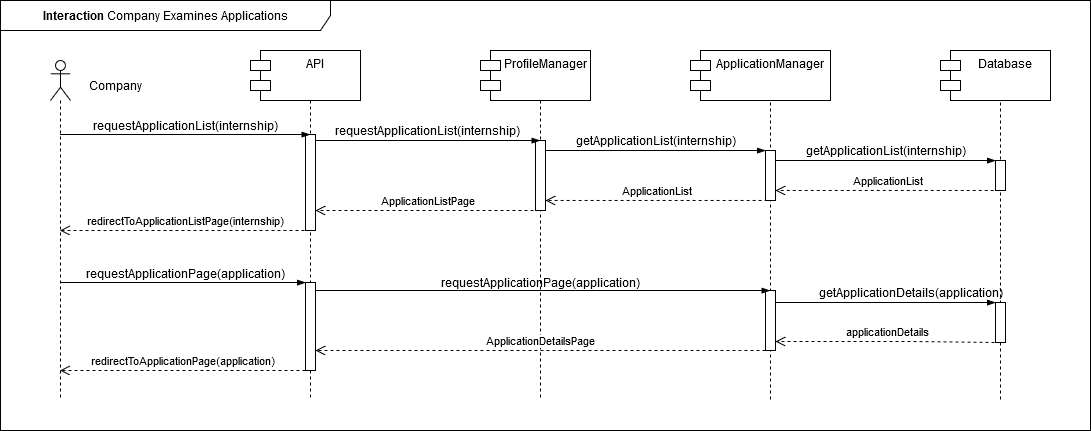
Earlier version of the draw.io export DD/Images/Interactions/INT13_CompanyExaminesApplications.drawio.png (edogriba/GribaldoRosa). Source tidied: cells renumbered, new cells last; positions are measured from the earlier drawing's top-left corner, leaving out a move shared by most shapes.
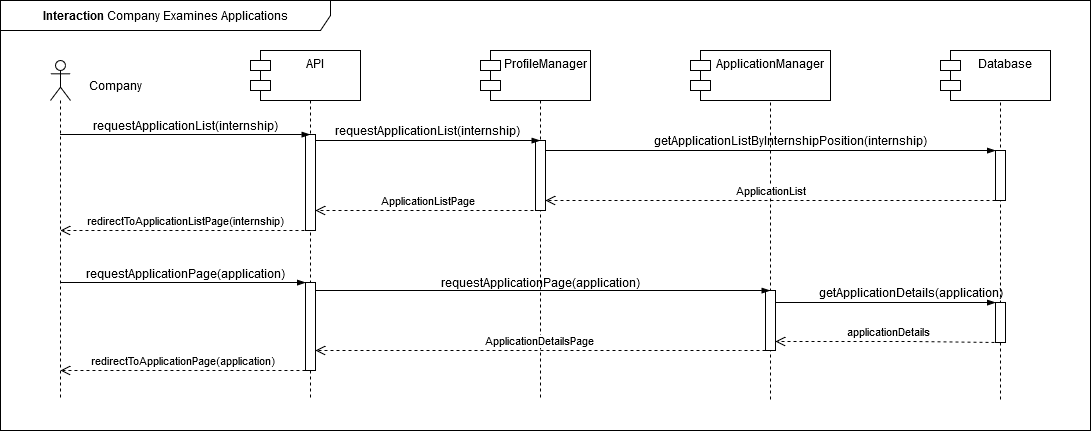
After the change.

The edit, as a diff of the source:
```diff
@@ -51,7 +51,7 @@
       <mxGeometry x="950" y="50" width="100" height="350" as="geometry" />
     </mxCell>
     <mxCell id="16" style="html=1;points=[[0,0,0,0,5],[0,1,0,0,-5],[1,0,0,0,5],[1,1,0,0,-5]];perimeter=orthogonalPerimeter;outlineConnect=0;targetShapes=umlLifeline;portConstraint=eastwest;newEdgeStyle={&quot;curved&quot;:0,&quot;rounded&quot;:0};" parent="15" vertex="1">
-      <mxGeometry x="45" y="110" width="10" height="30" as="geometry" />
+      <mxGeometry x="45" y="100" width="10" height="50" as="geometry" />
     </mxCell>
     <mxCell id="17" style="html=1;points=[[0,0,0,0,5],[0,1,0,0,-5],[1,0,0,0,5],[1,1,0,0,-5]];perimeter=orthogonalPerimeter;outlineConnect=0;targetShapes=umlLifeline;portConstraint=eastwest;newEdgeStyle={&quot;curved&quot;:0,&quot;rounded&quot;:0};" parent="15" vertex="1">
       <mxGeometry x="45" y="252" width="10" height="40" as="geometry" />
@@ -70,8 +70,8 @@
         </Array>
       </mxGeometry>
     </mxCell>
-    <mxCell id="21" value="getApplicationList(internship)" style="text;html=1;align=center;verticalAlign=middle;strokeColor=none;fillColor=none;" parent="1" vertex="1">
-      <mxGeometry x="565" y="125" width="180" height="30" as="geometry" />
+    <mxCell id="21" value="getApplicationListByInternshipPosition(internship)" style="text;html=1;align=center;verticalAlign=middle;strokeColor=none;fillColor=none;" parent="1" vertex="1">
+      <mxGeometry x="640" y="125" width="300" height="30" as="geometry" />
     </mxCell>
     <mxCell id="22" value="redirectToApplicationListPage(internship)" style="html=1;verticalAlign=bottom;endArrow=open;dashed=1;endSize=8;curved=0;rounded=0;" parent="1" edge="1" target="5">
       <mxGeometry relative="1" as="geometry">
@@ -81,11 +81,6 @@
     <mxCell id="23" value="requestApplicationPage(application)" style="text;html=1;align=center;verticalAlign=middle;strokeColor=none;fillColor=none;" parent="1" vertex="1">
       <mxGeometry x="430" y="267" width="220" height="30" as="geometry" />
     </mxCell>
-    <mxCell id="24" value="ApplicationList" style="html=1;verticalAlign=bottom;endArrow=open;dashed=1;endSize=8;curved=0;rounded=0;" parent="1" edge="1" target="37">
-      <mxGeometry relative="1" as="geometry">
-        <mxPoint x="999.2" y="190" as="sourcePoint" />
-      </mxGeometry>
-    </mxCell>
     <mxCell id="25" value="getApplicationDetails(application)" style="text;html=1;align=center;verticalAlign=middle;strokeColor=none;fillColor=none;" parent="1" vertex="1">
       <mxGeometry x="805" y="277" width="210" height="30" as="geometry" />
     </mxCell>
@@ -128,7 +123,7 @@
         </Array>
       </mxGeometry>
     </mxCell>
-    <mxCell id="32" style="edgeStyle=elbowEdgeStyle;fontSize=12;html=1;endArrow=blockThin;endFill=1;rounded=0;elbow=vertical;" parent="1" edge="1" source="12" target="37">
+    <mxCell id="32" style="edgeStyle=elbowEdgeStyle;fontSize=12;html=1;endArrow=blockThin;endFill=1;rounded=0;elbow=vertical;" parent="1" edge="1" source="12" target="16">
       <mxGeometry x="-0.04" y="30" relative="1" as="geometry">
         <Array as="points">
           <mxPoint x="665" y="150" />
@@ -161,24 +156,10 @@
         </Array>
       </mxGeometry>
     </mxCell>
-    <mxCell id="37" style="html=1;points=[[0,0,0,0,5],[0,1,0,0,-5],[1,0,0,0,5],[1,1,0,0,-5]];perimeter=orthogonalPerimeter;outlineConnect=0;targetShapes=umlLifeline;portConstraint=eastwest;newEdgeStyle={&quot;curved&quot;:0,&quot;rounded&quot;:0};" parent="1" vertex="1">
-      <mxGeometry x="765" y="150" width="10" height="50" as="geometry" />
-    </mxCell>
-    <mxCell id="38" value="getApplicationList(internship)" style="text;html=1;align=center;verticalAlign=middle;strokeColor=none;fillColor=none;" parent="1" vertex="1">
-      <mxGeometry x="795" y="135" width="180" height="30" as="geometry" />
-    </mxCell>
-    <mxCell id="39" style="edgeStyle=elbowEdgeStyle;fontSize=12;html=1;endArrow=blockThin;endFill=1;rounded=0;elbow=vertical;" parent="1" edge="1">
-      <mxGeometry x="-0.04" y="30" relative="1" as="geometry">
-        <mxPoint x="775" y="160" as="sourcePoint" />
-        <mxPoint x="995" y="160" as="targetPoint" />
-        <Array as="points">
-          <mxPoint x="895" y="160" />
-        </Array>
-      </mxGeometry>
-    </mxCell>
-    <mxCell id="40" value="ApplicationList" style="html=1;verticalAlign=bottom;endArrow=open;dashed=1;endSize=8;curved=0;rounded=0;" parent="1" edge="1" target="12">
+    <mxCell id="40" value="ApplicationList" style="html=1;verticalAlign=bottom;endArrow=open;dashed=1;endSize=8;curved=0;rounded=0;" parent="1" edge="1">
       <mxGeometry relative="1" as="geometry">
-        <mxPoint x="767.1" y="200" as="sourcePoint" />
+        <mxPoint x="995" y="200" as="sourcePoint" />
+        <mxPoint x="545" y="200" as="targetPoint" />
       </mxGeometry>
     </mxCell>
   </root>
```
